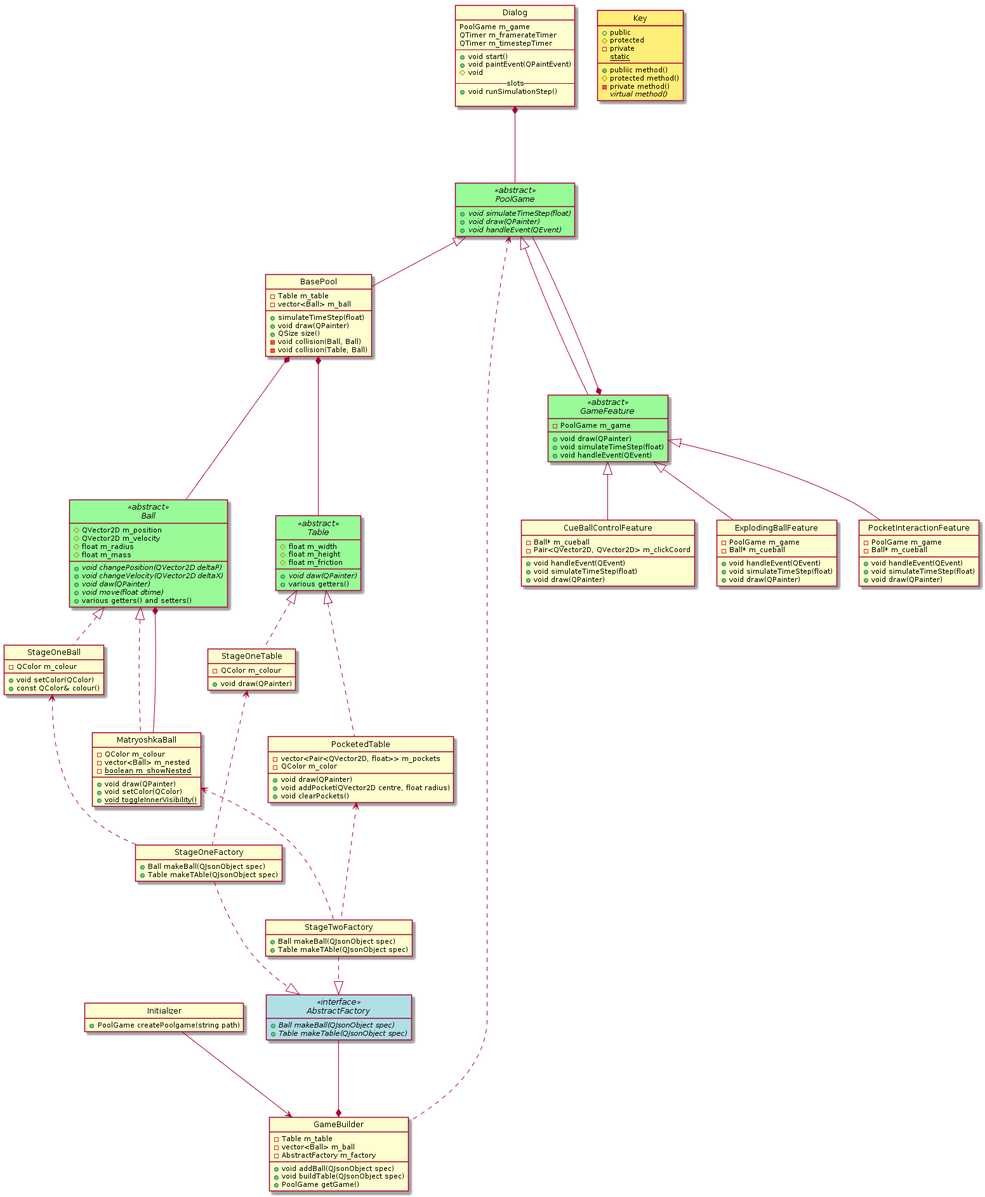
The PlantUML diagram newclass.png in KittenHero/QtPoolGame, before a commit.
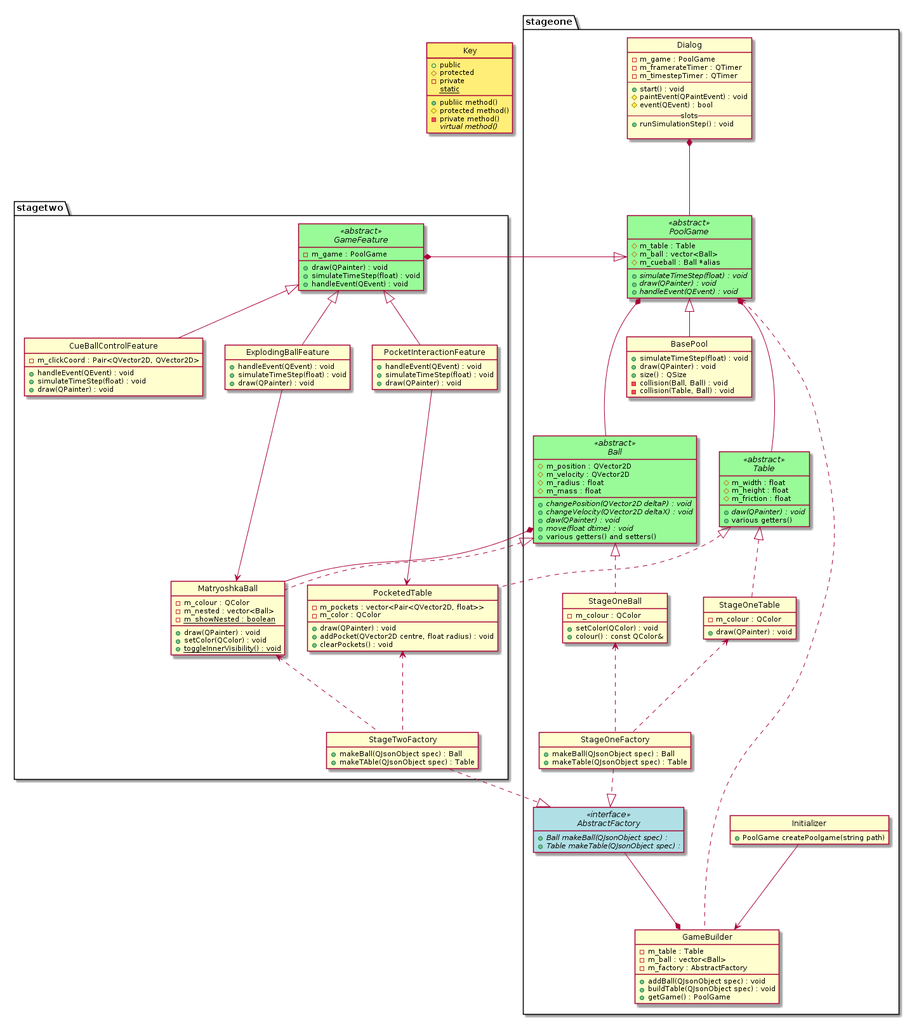
The same diagram one commit later.

Commit message:
updated new class diagram

Diff of the diagram source:
```diff
@@ -1,179 +1,181 @@
 @startuml
-class Initializer {
-    +PoolGame createPoolgame(string path)
-}
+package stageone {
+    class Initializer {
+        +PoolGame createPoolgame(string path)
+    }
 
-class GameBuilder {
-    -Table m_table
-    -vector<Ball> m_ball
-    -AbstractFactory m_factory
+    class GameBuilder {
+        -m_table : Table
+        -m_ball : vector<Ball>
+        -m_factory : AbstractFactory
 
-    +void addBall(QJsonObject spec)
-    +void buildTable(QJsonObject spec)
-    +PoolGame getGame()
-}
+        +addBall(QJsonObject spec) : void
+        +buildTable(QJsonObject spec) : void
+        +getGame() : PoolGame
+    }
 
-interface AbstractFactory <<interface>> {
-    +{abstract} Ball makeBall(QJsonObject spec)
-    +{abstract} Table makeTable(QJsonObject spec)
-}
+    interface AbstractFactory <<interface>> {
+        +{abstract} Ball makeBall(QJsonObject spec) :
+        +{abstract} Table makeTable(QJsonObject spec) :
+    }
 
-class StageOneFactory {
-    +Ball makeBall(QJsonObject spec)
-    +Table makeTAble(QJsonObject spec)
-}
+    class StageOneFactory {
+        +makeBall(QJsonObject spec) : Ball
+        +makeTable(QJsonObject spec) : Table
+    }
 
-class StageTwoFactory {
-    +Ball makeBall(QJsonObject spec)
-    +Table makeTAble(QJsonObject spec)
-}
+    class Dialog {
+        -m_game : PoolGame
+        -m_framerateTimer : QTimer
+        -m_timestepTimer : QTimer
+        --
+        +start() : void
+        #paintEvent(QPaintEvent) : void
+        #event(QEvent) : bool
+        --slots--
+        +runSimulationStep() : void
 
-class Dialog {
-    PoolGame m_game
-    QTimer m_framerateTimer
-    QTimer m_timestepTimer
-    --
-    +void start()
-    +void paintEvent(QPaintEvent)
-    #void
-    --slots--
-    +void runSimulationStep()
+    }
+
+    abstract PoolGame <<abstract>> {
+        #m_table : Table
+        #m_ball : vector<Ball>
+        #m_cueball : Ball *alias
+        +{abstract} simulateTimeStep(float) : void
+        +{abstract} draw(QPainter) : void
+        +{abstract} handleEvent(QEvent) : void
+    }
+
+    class BasePool {
+        +simulateTimeStep(float) : void
+        +draw(QPainter) : void
+        +size() : QSize
+        -collision(Ball, Ball) : void
+        -collision(Table, Ball) : void
+    }
+
+    abstract class Ball <<abstract>> {
+        #m_position : QVector2D
+        #m_velocity : QVector2D
+        #m_radius : float
+        #m_mass : float
+
+        +{abstract} changePosition(QVector2D deltaP) : void
+        +{abstract} changeVelocity(QVector2D deltaX) : void
+        +{abstract} daw(QPainter) : void
+        +{abstract} move(float dtime) : void
+        +various getters() and setters()
+    }
+
+    abstract class Table <<abstract>> {
+        #m_width : float
+        #m_height : float
+        #m_friction : float
+
+        +{abstract} daw(QPainter) : void
+        +various getters()
+    }
+
+    class StageOneBall {
+        -m_colour : QColor
+        +setColor(QColor) : void
+        +colour() : const QColor&
+    }
+
+
+    class StageOneTable {
+        -m_colour : QColor
+        +draw(QPainter) : void
+    }
 
 }
 
-abstract PoolGame <<abstract>> {
-    +{abstract} void simulateTimeStep(float)
-    +{abstract} void draw(QPainter)
-    +{abstract} void handleEvent(QEvent)
+package stagetwo {
+
+    class StageTwoFactory {
+        + makeBall(QJsonObject spec) : Ball
+        + makeTAble(QJsonObject spec) : Table
+    }
+
+    abstract GameFeature <<abstract>> {
+        -m_game : PoolGame
+        +draw(QPainter) : void
+        +simulateTimeStep(float) : void
+        +handleEvent(QEvent) : void
+    }
+
+    class CueBallControlFeature {
+        -m_clickCoord : Pair<QVector2D, QVector2D>
+        +handleEvent(QEvent) : void
+        +simulateTimeStep(float) : void
+        +draw(QPainter) : void
+    }
+
+    class ExplodingBallFeature {
+        +handleEvent(QEvent) : void
+        +simulateTimeStep(float) : void
+        +draw(QPainter) : void
+    }
+
+    class PocketInteractionFeature {
+        +handleEvent(QEvent) : void
+        +simulateTimeStep(float) : void
+        +draw(QPainter) : void
+    }
+
+    class MatryoshkaBall {
+        -m_colour : QColor
+        -m_nested : vector<Ball>
+        -{static} m_showNested : boolean
+
+        +draw(QPainter) : void
+        +setColor(QColor) : void
+        +{static} toggleInnerVisibility() : void
+    }
+
+    class PocketedTable {
+        -m_pockets : vector<Pair<QVector2D, float>>
+        -m_color : QColor
+
+        +draw(QPainter) : void
+        +addPocket(QVector2D centre, float radius) : void
+        +clearPockets() : void
+    }
 }
+Initializer                 --->    GameBuilder
 
-class BasePool {
-    -Table m_table
-    -vector<Ball> m_ball
+Dialog                      *---    PoolGame
+PoolGame                    *---    Table
+PoolGame                    *---    Ball
 
-    +simulateTimeStep(float)
-    +void draw(QPainter)
-    +QSize size()
-    -void collision(Ball, Ball)
-    -void collision(Table, Ball)
-}
+PoolGame                    <|--    GameFeature
+PoolGame                    <|--    BasePool
 
-abstract GameFeature <<abstract>> {
-    -PoolGame m_game
-    +void draw(QPainter)
-    +void simulateTimeStep(float)
-    +void handleEvent(QEvent)
-}
+GameFeature                 *---    PoolGame
+GameFeature                 <|--    CueBallControlFeature
+GameFeature                 <|--    PocketInteractionFeature
+GameFeature                 <|--    ExplodingBallFeature
 
-class CueBallControlFeature {
-    -Ball* m_cueball
-    -Pair<QVector2D, QVector2D> m_clickCoord
-    +void handleEvent(QEvent)
-    +void simulateTimeStep(float)
-    +void draw(QPainter)
-}
+Table                       <|..    StageOneTable
+Table                       <|..    PocketedTable
+Ball                        <|..    StageOneBall
+Ball                        <|..    MatryoshkaBall
+MatryoshkaBall              ---*    Ball
 
-class ExplodingBallFeature {
-    -PoolGame m_game
-    -Ball* m_cueball
-    +void handleEvent(QEvent)
-    +void simulateTimeStep(float)
-    +void draw(QPainter)
-}
+ExplodingBallFeature        --->    MatryoshkaBall
+PocketInteractionFeature    --->    PocketedTable
 
-class PocketInteractionFeature {
-    -PoolGame m_game
-    -Ball* m_cueball
-    +void handleEvent(QEvent)
-    +void simulateTimeStep(float)
-    +void draw(QPainter)
-}
+AbstractFactory             ---*    GameBuilder
+PoolGame                    <...    GameBuilder
 
-abstract class Ball <<abstract>> {
-    #QVector2D m_position
-    #QVector2D m_velocity
-    #float m_radius
-    #float m_mass
+StageOneFactory             ..|>    AbstractFactory
+StageTwoFactory             ..|>    AbstractFactory
 
-    +{abstract} void changePosition(QVector2D deltaP)
-    +{abstract} void changeVelocity(QVector2D deltaX)
-    +{abstract} void daw(QPainter)
-    +{abstract} void move(float dtime)
-    +various getters() and setters()
-}
+StageOneBall                <...    StageOneFactory
+StageOneTable               <...    StageOneFactory
 
-abstract class Table <<abstract>> {
-    #float m_width
-    #float m_height
-    #float m_friction
-
-    +{abstract} void daw(QPainter)
-    +various getters()
-}
-
-class StageOneBall {
-    -QColor m_colour
-
-    +void setColor(QColor)
-    +const QColor& colour()
-}
-
-class MatryoshkaBall {
-    -QColor m_colour
-    -vector<Ball> m_nested
-    -{static} boolean m_showNested
-
-    +void draw(QPainter)
-    +void setColor(QColor)
-    +{static} void toggleInnerVisibility()
-}
-
-class StageOneTable {
-    -QColor m_colour
-    +void draw(QPainter)
-}
-
-class PocketedTable {
-    -vector<Pair<QVector2D, float>> m_pockets
-    -QColor m_color
-
-    +void draw(QPainter)
-    +void addPocket(QVector2D centre, float radius)
-    +void clearPockets()
-}
-
-Initializer     --->    GameBuilder
-
-Dialog          *---    PoolGame
-BasePool        *---    Table
-BasePool        *---    Ball
-
-PoolGame        <|--    BasePool
-
-PoolGame        <|--    GameFeature
-GameFeature     *---    PoolGame
-
-GameFeature     <|--    CueBallControlFeature
-GameFeature     <|--    PocketInteractionFeature
-GameFeature     <|--    ExplodingBallFeature
-
-Table           <|..    StageOneTable
-Table           <|..    PocketedTable
-Ball            <|..    StageOneBall
-Ball            <|..    MatryoshkaBall
-MatryoshkaBall  ---*    Ball
-
-AbstractFactory ---*    GameBuilder
-PoolGame        <...    GameBuilder
-
-StageOneFactory ..|>    AbstractFactory
-StageTwoFactory ..|>    AbstractFactory
-
-StageOneBall    <...    StageOneFactory
-StageOneTable   <...    StageOneFactory
-
-PocketedTable   <...    StageTwoFactory
-MatryoshkaBall  <...    StageTwoFactory
+PocketedTable               <...    StageTwoFactory
+MatryoshkaBall              <...    StageTwoFactory
 
 
 class Key #ffee77 {
```
